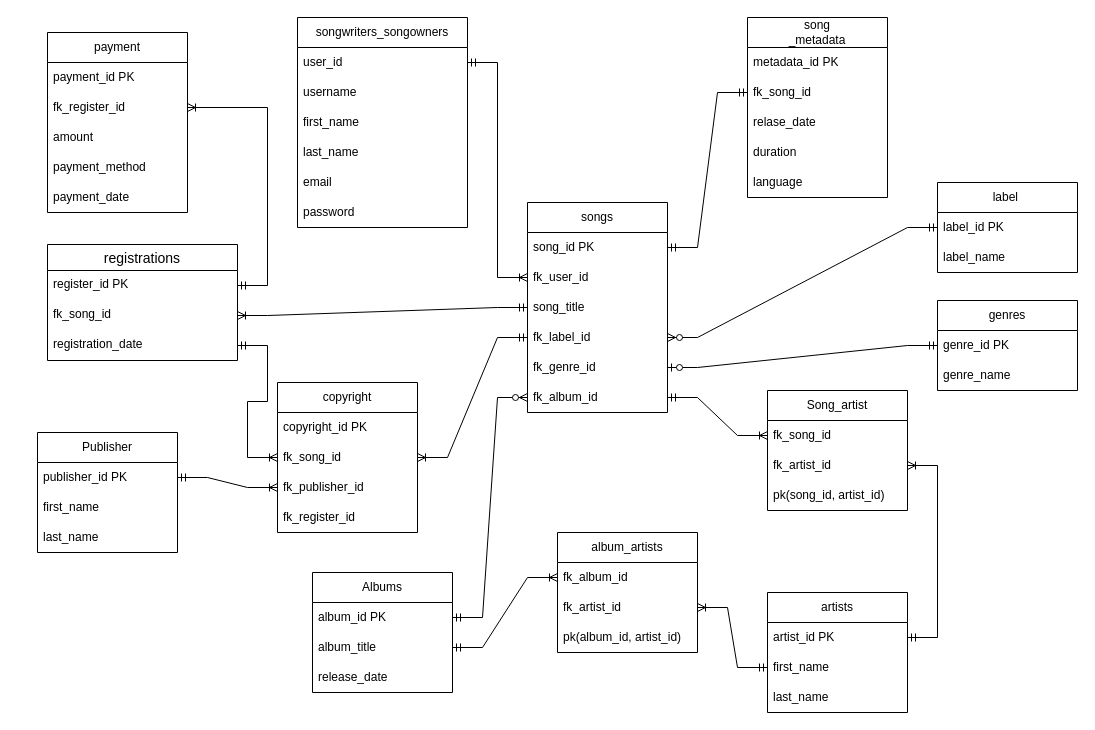
Earlier version of the draw.io diagram db_project.drawio (MubarakBu/DB_PROJECT). Source tidied: cells renumbered, new cells numbered last; positions are measured from the earlier drawing's top-left corner, leaving out a move shared by most shapes. Both pictures are drawn from the tidied source at 100%, with x=0, y=0 at pixel (37, 17).
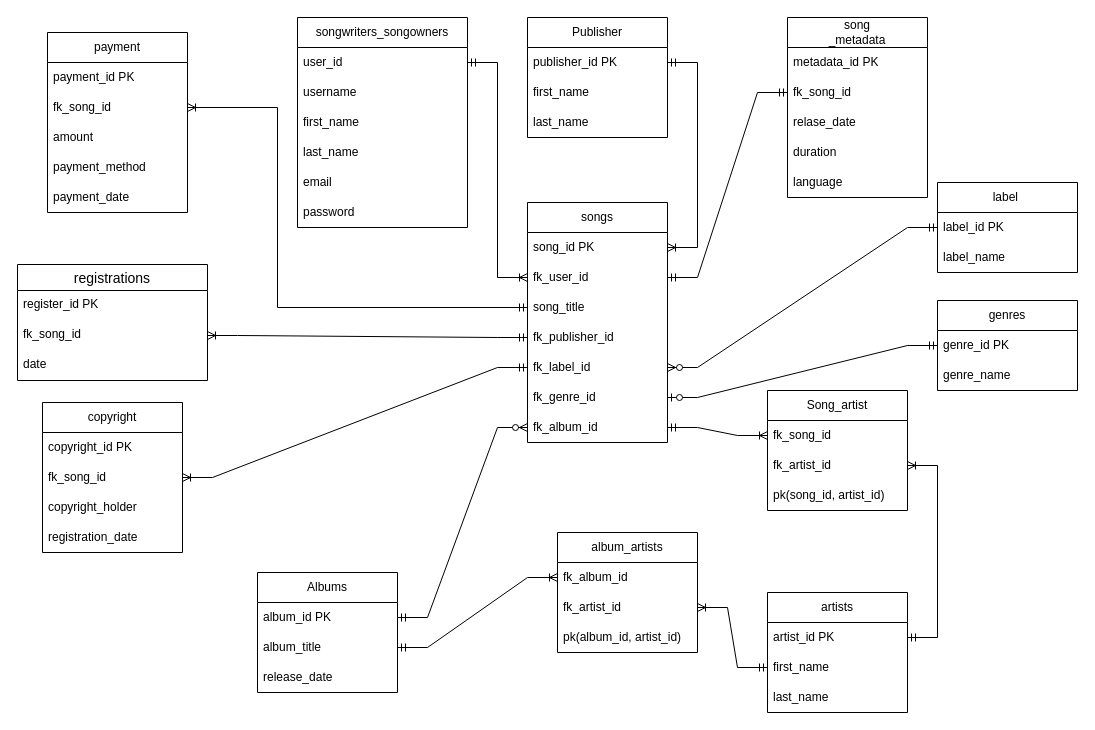
Above is the later version.

Unchanged cells that the change refers to:
```xml
<mxCell id="10" value="song_id PK" style="text;strokeColor=none;fillColor=none;align=left;verticalAlign=middle;spacingLeft=4;spacingRight=4;overflow=hidden;points=[[0,0.5],[1,0.5]];portConstraint=eastwest;whiteSpace=wrap;html=1;" parent="9" vertex="1">
  <mxGeometry y="30" width="140" height="30" as="geometry" />
</mxCell>
<mxCell id="11" value="fk_user_id" style="text;strokeColor=none;fillColor=none;align=left;verticalAlign=middle;spacingLeft=4;spacingRight=4;overflow=hidden;points=[[0,0.5],[1,0.5]];portConstraint=eastwest;whiteSpace=wrap;html=1;" parent="9" vertex="1">
  <mxGeometry y="60" width="140" height="30" as="geometry" />
</mxCell>
<mxCell id="12" value="song_title" style="text;strokeColor=none;fillColor=none;align=left;verticalAlign=middle;spacingLeft=4;spacingRight=4;overflow=hidden;points=[[0,0.5],[1,0.5]];portConstraint=eastwest;whiteSpace=wrap;html=1;" parent="9" vertex="1">
  <mxGeometry y="90" width="140" height="30" as="geometry" />
</mxCell>
<mxCell id="16" value="payment" style="swimlane;fontStyle=0;horizontal=1;startSize=30;whiteSpace=wrap;html=1;" parent="1" vertex="1">
  <mxGeometry x="10" y="15" width="140" height="180" as="geometry" />
</mxCell>
<mxCell id="31" value="fk_song_id" style="text;strokeColor=none;fillColor=none;align=left;verticalAlign=middle;spacingLeft=4;spacingRight=4;overflow=hidden;points=[[0,0.5],[1,0.5]];portConstraint=eastwest;whiteSpace=wrap;html=1;" parent="29" vertex="1">
  <mxGeometry y="60" width="140" height="30" as="geometry" />
</mxCell>
<mxCell id="39" value="fk_song_id" style="text;strokeColor=none;fillColor=none;align=left;verticalAlign=middle;spacingLeft=4;spacingRight=4;overflow=hidden;points=[[0,0.5],[1,0.5]];portConstraint=eastwest;whiteSpace=wrap;html=1;" parent="37" vertex="1">
  <mxGeometry y="60" width="140" height="30" as="geometry" />
</mxCell>
<mxCell id="45" value="register_id PK" style="text;strokeColor=none;fillColor=none;spacingLeft=4;spacingRight=4;overflow=hidden;points=[[0,0.5],[1,0.5]];portConstraint=eastwest;fontSize=12;whiteSpace=wrap;html=1;" parent="44" vertex="1">
  <mxGeometry y="26" width="190" height="30" as="geometry" />
</mxCell>
<mxCell id="46" value="fk_song_id" style="text;strokeColor=none;fillColor=none;spacingLeft=4;spacingRight=4;overflow=hidden;points=[[0,0.5],[1,0.5]];portConstraint=eastwest;fontSize=12;whiteSpace=wrap;html=1;" parent="44" vertex="1">
  <mxGeometry y="56" width="190" height="30" as="geometry" />
</mxCell>
<mxCell id="55" value="publisher_id PK" style="text;strokeColor=none;fillColor=none;align=left;verticalAlign=middle;spacingLeft=4;spacingRight=4;overflow=hidden;points=[[0,0.5],[1,0.5]];portConstraint=eastwest;whiteSpace=wrap;html=1;" parent="54" vertex="1">
  <mxGeometry y="30" width="140" height="30" as="geometry" />
</mxCell>
```

Change to the diagram source:
```diff
@@
     <mxCell id="9" value="songs" style="swimlane;fontStyle=0;horizontal=1;startSize=30;whiteSpace=wrap;html=1;" parent="1" vertex="1">
-      <mxGeometry x="490" y="185" width="140" height="210" as="geometry" />
+      <mxGeometry x="490" y="185" width="140" height="240" as="geometry" />
     </mxCell>
@@
+    <mxCell id="77" value="fk_publisher_id" style="text;strokeColor=none;fillColor=none;align=left;verticalAlign=middle;spacingLeft=4;spacingRight=4;overflow=hidden;points=[[0,0.5],[1,0.5]];portConstraint=eastwest;whiteSpace=wrap;html=1;" parent="9" vertex="1">
+      <mxGeometry y="120" width="140" height="30" as="geometry" />
+    </mxCell>
     <mxCell id="13" value="fk_label_id" style="text;strokeColor=none;fillColor=none;align=left;verticalAlign=middle;spacingLeft=4;spacingRight=4;overflow=hidden;points=[[0,0.5],[1,0.5]];portConstraint=eastwest;whiteSpace=wrap;html=1;" parent="9" vertex="1">
-      <mxGeometry y="120" width="140" height="30" as="geometry" />
+      <mxGeometry y="150" width="140" height="30" as="geometry" />
     </mxCell>
     <mxCell id="14" value="fk_genre_id" style="text;strokeColor=none;fillColor=none;align=left;verticalAlign=middle;spacingLeft=4;spacingRight=4;overflow=hidden;points=[[0,0.5],[1,0.5]];portConstraint=eastwest;whiteSpace=wrap;html=1;" parent="9" vertex="1">
-      <mxGeometry y="150" width="140" height="30" as="geometry" />
+      <mxGeometry y="180" width="140" height="30" as="geometry" />
     </mxCell>
     <mxCell id="15" value="fk_album_id" style="text;strokeColor=none;fillColor=none;align=left;verticalAlign=middle;spacingLeft=4;spacingRight=4;overflow=hidden;points=[[0,0.5],[1,0.5]];portConstraint=eastwest;whiteSpace=wrap;html=1;" parent="9" vertex="1">
-      <mxGeometry y="180" width="140" height="30" as="geometry" />
+      <mxGeometry y="210" width="140" height="30" as="geometry" />
     </mxCell>
@@
-    <mxCell id="18" value="fk_register_id" style="text;strokeColor=none;fillColor=none;align=left;verticalAlign=middle;spacingLeft=4;spacingRight=4;overflow=hidden;points=[[0,0.5],[1,0.5]];portConstraint=eastwest;whiteSpace=wrap;html=1;" parent="16" vertex="1">
+    <mxCell id="18" value="fk_song_id" style="text;strokeColor=none;fillColor=none;align=left;verticalAlign=middle;spacingLeft=4;spacingRight=4;overflow=hidden;points=[[0,0.5],[1,0.5]];portConstraint=eastwest;whiteSpace=wrap;html=1;" parent="16" vertex="1">
       <mxGeometry y="60" width="140" height="30" as="geometry" />
     </mxCell>
@@
     <mxCell id="29" value="copyright" style="swimlane;fontStyle=0;horizontal=1;startSize=30;whiteSpace=wrap;html=1;" parent="1" vertex="1">
-      <mxGeometry x="240" y="365" width="140" height="150" as="geometry" />
+      <mxGeometry x="5" y="385" width="140" height="150" as="geometry" />
     </mxCell>
@@
-    <mxCell id="32" value="fk_publisher_id" style="text;strokeColor=none;fillColor=none;align=left;verticalAlign=middle;spacingLeft=4;spacingRight=4;overflow=hidden;points=[[0,0.5],[1,0.5]];portConstraint=eastwest;whiteSpace=wrap;html=1;" parent="29" vertex="1">
+    <mxCell id="32" value="copyright_holder" style="text;strokeColor=none;fillColor=none;align=left;verticalAlign=middle;spacingLeft=4;spacingRight=4;overflow=hidden;points=[[0,0.5],[1,0.5]];portConstraint=eastwest;whiteSpace=wrap;html=1;" parent="29" vertex="1">
       <mxGeometry y="90" width="140" height="30" as="geometry" />
     </mxCell>
-    <mxCell id="33" value="fk_register_id" style="text;strokeColor=none;fillColor=none;align=left;verticalAlign=middle;spacingLeft=4;spacingRight=4;overflow=hidden;whiteSpace=wrap;html=1;" parent="29" vertex="1">
+    <mxCell id="33" value="registration_date" style="text;strokeColor=none;fillColor=none;align=left;verticalAlign=middle;spacingLeft=4;spacingRight=4;overflow=hidden;whiteSpace=wrap;html=1;" parent="29" vertex="1">
       <mxGeometry y="120" width="140" height="30" as="geometry" />
     </mxCell>
@@
     <mxCell id="37" value="song&lt;div&gt;_metadata&lt;/div&gt;" style="swimlane;fontStyle=0;horizontal=1;startSize=30;whiteSpace=wrap;html=1;" parent="1" vertex="1">
-      <mxGeometry x="710" width="140" height="180" as="geometry" />
+      <mxGeometry x="750" width="140" height="180" as="geometry" />
     </mxCell>
@@
-    <mxCell id="43" style="edgeStyle=entityRelationEdgeStyle;fontSize=12;html=1;endArrow=ERmandOne;startArrow=ERmandOne;rounded=0;" parent="1" edge="1" source="10" target="39">
+    <mxCell id="43" style="edgeStyle=entityRelationEdgeStyle;fontSize=12;html=1;endArrow=ERmandOne;startArrow=ERmandOne;rounded=0;" parent="1" edge="1" source="11" target="39">
       <mxGeometry relative="1" as="geometry" />
     </mxCell>
     <mxCell id="44" value="registrations" style="swimlane;fontStyle=0;horizontal=1;startSize=26;align=center;fontSize=14;" parent="1" vertex="1">
-      <mxGeometry x="10" y="227" width="190" height="116" as="geometry" />
+      <mxGeometry x="-20" y="247" width="190" height="116" as="geometry" />
     </mxCell>
@@
-    <mxCell id="47" value="registration_date" style="text;strokeColor=none;fillColor=none;spacingLeft=4;spacingRight=4;overflow=hidden;points=[[0,0.5],[1,0.5]];portConstraint=eastwest;fontSize=12;whiteSpace=wrap;html=1;" parent="44" vertex="1">
+    <mxCell id="47" value="date" style="text;strokeColor=none;fillColor=none;spacingLeft=4;spacingRight=4;overflow=hidden;points=[[0,0.5],[1,0.5]];portConstraint=eastwest;fontSize=12;whiteSpace=wrap;html=1;" parent="44" vertex="1">
       <mxGeometry y="86" width="190" height="30" as="geometry" />
     </mxCell>
@@
     <mxCell id="54" value="Publisher" style="swimlane;fontStyle=0;horizontal=1;startSize=30;whiteSpace=wrap;html=1;" parent="1" vertex="1">
-      <mxGeometry y="415" width="140" height="120" as="geometry" />
+      <mxGeometry x="490" width="140" height="120" as="geometry" />
     </mxCell>
@@
     <mxCell id="60" value="Albums" style="swimlane;fontStyle=0;horizontal=1;startSize=30;whiteSpace=wrap;html=1;" parent="1" vertex="1">
-      <mxGeometry x="275" y="555" width="140" height="120" as="geometry" />
+      <mxGeometry x="220" y="555" width="140" height="120" as="geometry" />
     </mxCell>
@@
-    <mxCell id="70" style="edgeStyle=entityRelationEdgeStyle;fontSize=12;html=1;endArrow=ERoneToMany;startArrow=ERmandOne;rounded=0;" parent="1" edge="1" source="55" target="32">
+    <mxCell id="70" style="edgeStyle=entityRelationEdgeStyle;fontSize=12;html=1;endArrow=ERoneToMany;startArrow=ERmandOne;rounded=0;" parent="1" edge="1" source="55" target="10">
       <mxGeometry relative="1" as="geometry" />
     </mxCell>
@@
-    <mxCell id="73" style="edgeStyle=entityRelationEdgeStyle;fontSize=12;html=1;endArrow=ERoneToMany;startArrow=ERmandOne;rounded=0;" parent="1" edge="1" source="12" target="46">
+    <mxCell id="73" style="edgeStyle=entityRelationEdgeStyle;fontSize=12;html=1;endArrow=ERoneToMany;startArrow=ERmandOne;rounded=0;" parent="1" edge="1" source="77" target="46">
       <mxGeometry relative="1" as="geometry" />
     </mxCell>
-    <mxCell id="74" style="edgeStyle=entityRelationEdgeStyle;fontSize=12;html=1;endArrow=ERoneToMany;startArrow=ERmandOne;rounded=0;" parent="1" edge="1" source="45" target="18">
-      <mxGeometry relative="1" as="geometry" />
+    <mxCell id="74" style="edgeStyle=orthogonalEdgeStyle;fontSize=12;html=1;endArrow=ERoneToMany;startArrow=ERmandOne;rounded=0;" parent="1" edge="1" source="12" target="18">
+      <mxGeometry relative="1" as="geometry">
+        <Array as="points">
+          <mxPoint x="240" y="290" />
+          <mxPoint x="240" y="90" />
+        </Array>
+      </mxGeometry>
     </mxCell>
-    <mxCell id="75" style="edgeStyle=entityRelationEdgeStyle;fontSize=12;html=1;endArrow=ERoneToMany;startArrow=ERmandOne;rounded=0;" parent="1" edge="1" source="47" target="31">
-      <mxGeometry relative="1" as="geometry" />
-    </mxCell>
```
